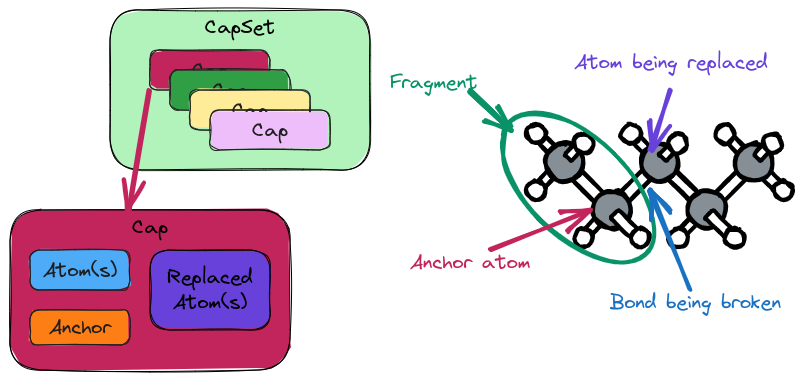
The Excalidraw diagram docs/source/developer/design/chemistry/assets/caps.png in NWChemEx/Chemist, before a commit. Source tidied: one line per element, renumbered; positions are measured from the earlier drawing's top-left corner, leaving out a move shared by most shapes.
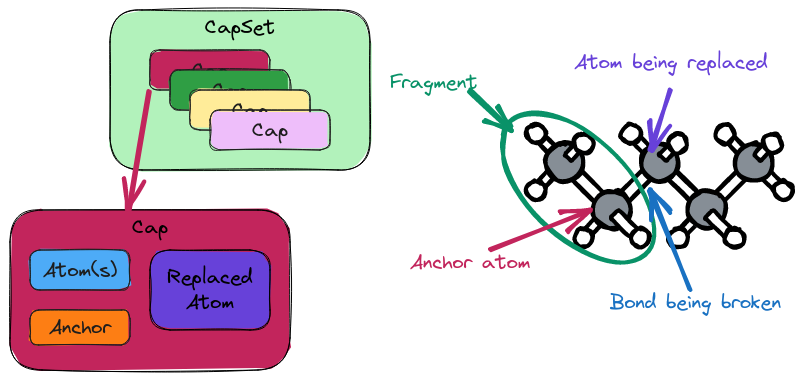
Later version of the same file.

The edit, as a diff of the source:
```diff
@@ -47,7 +47,7 @@
 {"id": 46, "type": "rectangle", "strokeColor": "#1e1e1e", "backgroundColor": "#fd7e14", "fillStyle": "solid", "strokeWidth": 1, "roughness": 1, "round": true, "x": 20, "y": 300, "width": 100, "height": 35}
 {"id": 47, "type": "text", "text": "Anchor", "strokeColor": "#1e1e1e", "strokeWidth": 1, "roughness": 1, "fontSize": 20, "fontFamily": 1, "textAlign": "center", "verticalAlign": "middle", "inside": 46, "x": 39, "y": 305, "width": 62, "height": 25}
 {"id": 48, "type": "rectangle", "strokeColor": "#000000", "backgroundColor": "#6741d9", "fillStyle": "solid", "strokeWidth": 1, "roughness": 1, "round": true, "x": 140, "y": 240, "width": 120, "height": 80}
-{"id": 49, "type": "text", "text": "Replaced\nAtom(s)", "strokeColor": "#000000", "strokeWidth": 1, "roughness": 1, "fontSize": 20, "fontFamily": 1, "textAlign": "center", "verticalAlign": "middle", "inside": 48, "x": 157, "y": 255, "width": 85, "height": 50}
+{"id": 49, "type": "text", "text": "Replaced\nAtom", "strokeColor": "#000000", "strokeWidth": 1, "roughness": 1, "fontSize": 20, "fontFamily": 1, "textAlign": "center", "verticalAlign": "middle", "inside": 48, "x": 157, "y": 255, "width": 85, "height": 50}
 {"id": 50, "type": "rectangle", "strokeColor": "#000000", "backgroundColor": "#b2f2bb", "fillStyle": "solid", "strokeWidth": 1, "roughness": 1, "round": true, "x": 100, "y": 0, "width": 260, "height": 160}
 {"id": 51, "type": "text", "text": "CapSet", "strokeColor": "#000000", "strokeWidth": 1, "roughness": 1, "fontSize": 20, "fontFamily": 1, "textAlign": "center", "inside": 50, "x": 195, "y": 5, "width": 70, "height": 25}
 {"id": 52, "type": "rectangle", "strokeColor": "#1e1e1e", "backgroundColor": "#c2255c", "fillStyle": "solid", "strokeWidth": 1, "roughness": 1, "round": true, "x": 140, "y": 40, "width": 120, "height": 40}
@@ -58,4 +58,4 @@
 {"id": 57, "type": "text", "text": "Cap", "strokeColor": "#1e1e1e", "strokeWidth": 1, "roughness": 1, "fontSize": 20, "fontFamily": 1, "textAlign": "center", "verticalAlign": "middle", "inside": 56, "x": 222, "y": 88, "width": 36, "height": 25}
 {"id": 58, "type": "rectangle", "strokeColor": "#1e1e1e", "backgroundColor": "#eebefa", "fillStyle": "solid", "strokeWidth": 1, "roughness": 1, "round": true, "x": 200, "y": 100, "width": 120, "height": 40}
 {"id": 59, "type": "text", "text": "Cap", "strokeColor": "#1e1e1e", "strokeWidth": 1, "roughness": 1, "fontSize": 20, "fontFamily": 1, "textAlign": "center", "verticalAlign": "middle", "inside": 58, "x": 242, "y": 108, "width": 36, "height": 25}
-{"id": 60, "type": "arrow", "strokeColor": "#c2255c", "backgroundColor": "#b2f2bb", "fillStyle": "solid", "strokeWidth": 4, "roughness": 1, "endArrowhead": "arrow", "round": true, "from": 52, "to": 42, "x": 140, "y": 80, "width": 20, "height": 120, "points": [[0, 0], [-20, 120]]}
+{"id": 60, "type": "arrow", "strokeColor": "#c2255c", "backgroundColor": "#b2f2bb", "fillStyle": "solid", "strokeWidth": 4, "roughness": 1, "endArrowhead": "arrow", "round": true, "from": 52, "to": 42, "x": 140, "y": 81, "width": 20, "height": 118, "points": [[0, 0], [-20, 118]]}
```
